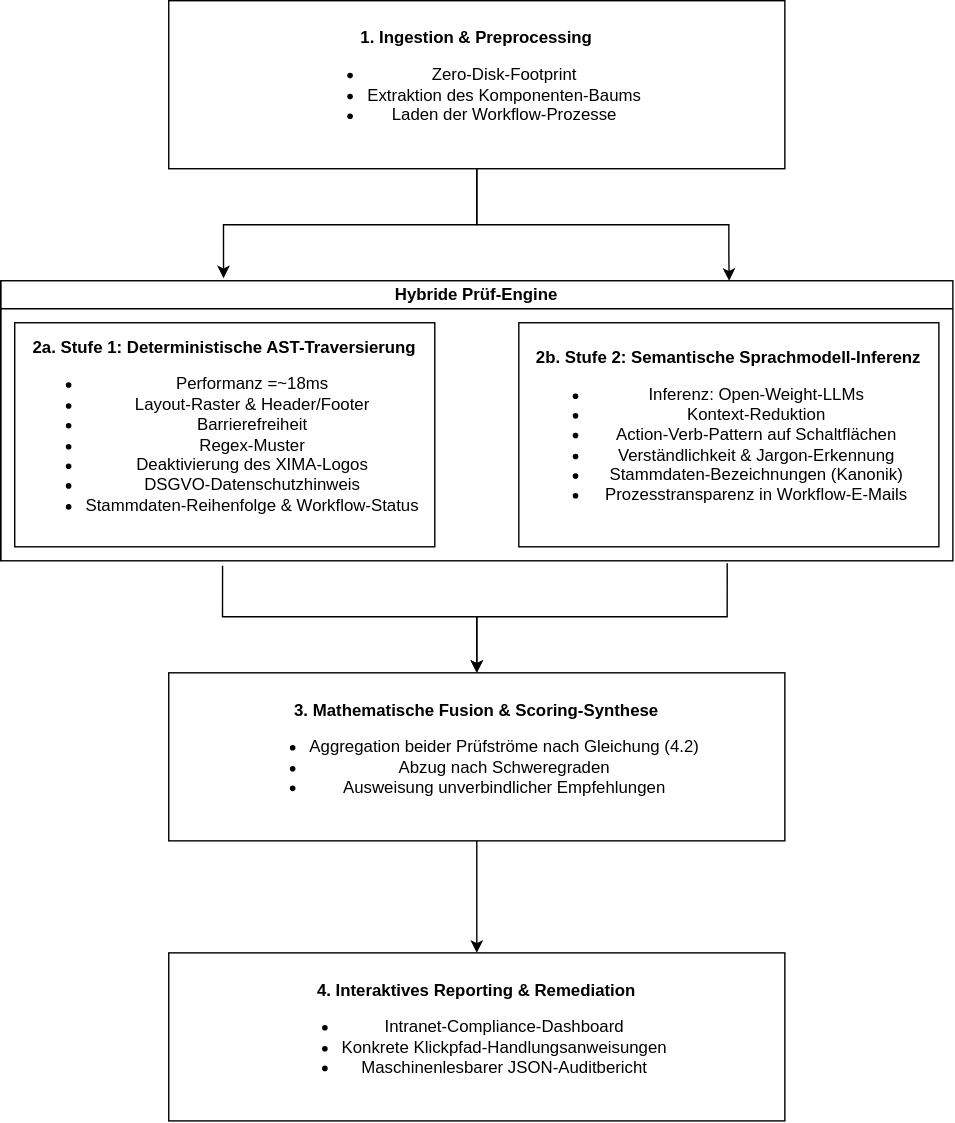
The draw.io diagram thesis/figures/pipeline_architektur.svg in fotiosl/bachelor-thesis-hwg-formcycle, before a commit. Source tidied: cells renumbered, new cells last; positions are measured from the earlier drawing's top-left corner, leaving out a move shared by most shapes.
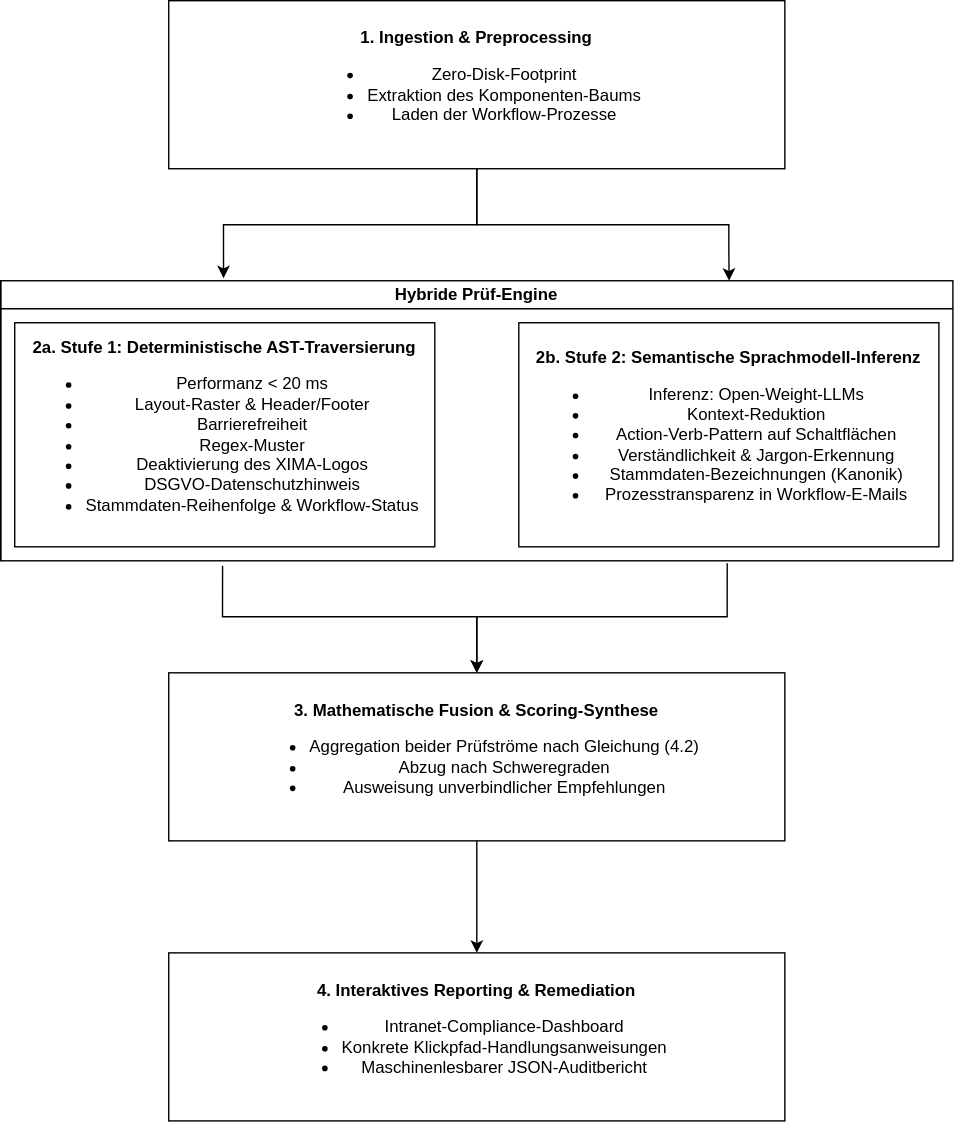
The same diagram one commit later.

What changed in the source:
```diff
@@ -27,7 +27,7 @@
     <mxCell id="7" value="&lt;div&gt;&lt;br&gt;&lt;/div&gt;" style="shape=internalStorage;whiteSpace=wrap;html=1;backgroundOutline=1;dx=0;dy=20;" parent="1" vertex="1">
       <mxGeometry y="200" width="680" height="200" as="geometry" />
     </mxCell>
-    <mxCell id="8" value="&lt;div&gt;&lt;b&gt;2a. Stufe 1: Deterministische AST-Traversierung&lt;/b&gt;&lt;/div&gt;&lt;ul&gt;&lt;li&gt;Performanz =~18ms&lt;/li&gt;&lt;li&gt;Layout-Raster &amp;amp; Header/Footer&lt;/li&gt;&lt;li&gt;Barrierefreiheit&lt;/li&gt;&lt;li&gt;Regex-Muster&lt;/li&gt;&lt;li&gt;Deaktivierung des XIMA-Logos&lt;/li&gt;&lt;li&gt;DSGVO-Datenschutzhinweis&lt;/li&gt;&lt;li&gt;Stammdaten-Reihenfolge &amp;amp; Workflow-Status&lt;/li&gt;&lt;/ul&gt;" style="rounded=0;whiteSpace=wrap;html=1;" parent="1" vertex="1">
+    <mxCell id="8" value="&lt;div&gt;&lt;b&gt;2a. Stufe 1: Deterministische AST-Traversierung&lt;/b&gt;&lt;/div&gt;&lt;ul&gt;&lt;li&gt;Performanz &amp;lt; 20 ms&lt;/li&gt;&lt;li&gt;Layout-Raster &amp;amp; Header/Footer&lt;/li&gt;&lt;li&gt;Barrierefreiheit&lt;/li&gt;&lt;li&gt;Regex-Muster&lt;/li&gt;&lt;li&gt;Deaktivierung des XIMA-Logos&lt;/li&gt;&lt;li&gt;DSGVO-Datenschutzhinweis&lt;/li&gt;&lt;li&gt;Stammdaten-Reihenfolge &amp;amp; Workflow-Status&lt;/li&gt;&lt;/ul&gt;" style="rounded=0;whiteSpace=wrap;html=1;" parent="1" vertex="1">
       <mxGeometry x="10" y="230" width="300" height="160" as="geometry" />
     </mxCell>
     <mxCell id="9" value="&lt;div&gt;&lt;b&gt;2b. Stufe 2: Semantische Sprachmodell-Inferenz&lt;/b&gt;&lt;/div&gt;&lt;ul&gt;&lt;li&gt;Inferenz: Open-Weight-LLMs&lt;/li&gt;&lt;li&gt;Kontext-Reduktion&lt;/li&gt;&lt;li&gt;Action-Verb-Pattern auf Schaltflächen&lt;/li&gt;&lt;li&gt;Verständlichkeit &amp;amp; Jargon-Erkennung&lt;/li&gt;&lt;li&gt;Stammdaten-Bezeichnungen (Kanonik)&lt;/li&gt;&lt;li&gt;Prozesstransparenz in Workflow-E-Mails&lt;/li&gt;&lt;/ul&gt;" style="rounded=0;whiteSpace=wrap;html=1;" parent="1" vertex="1">
```
